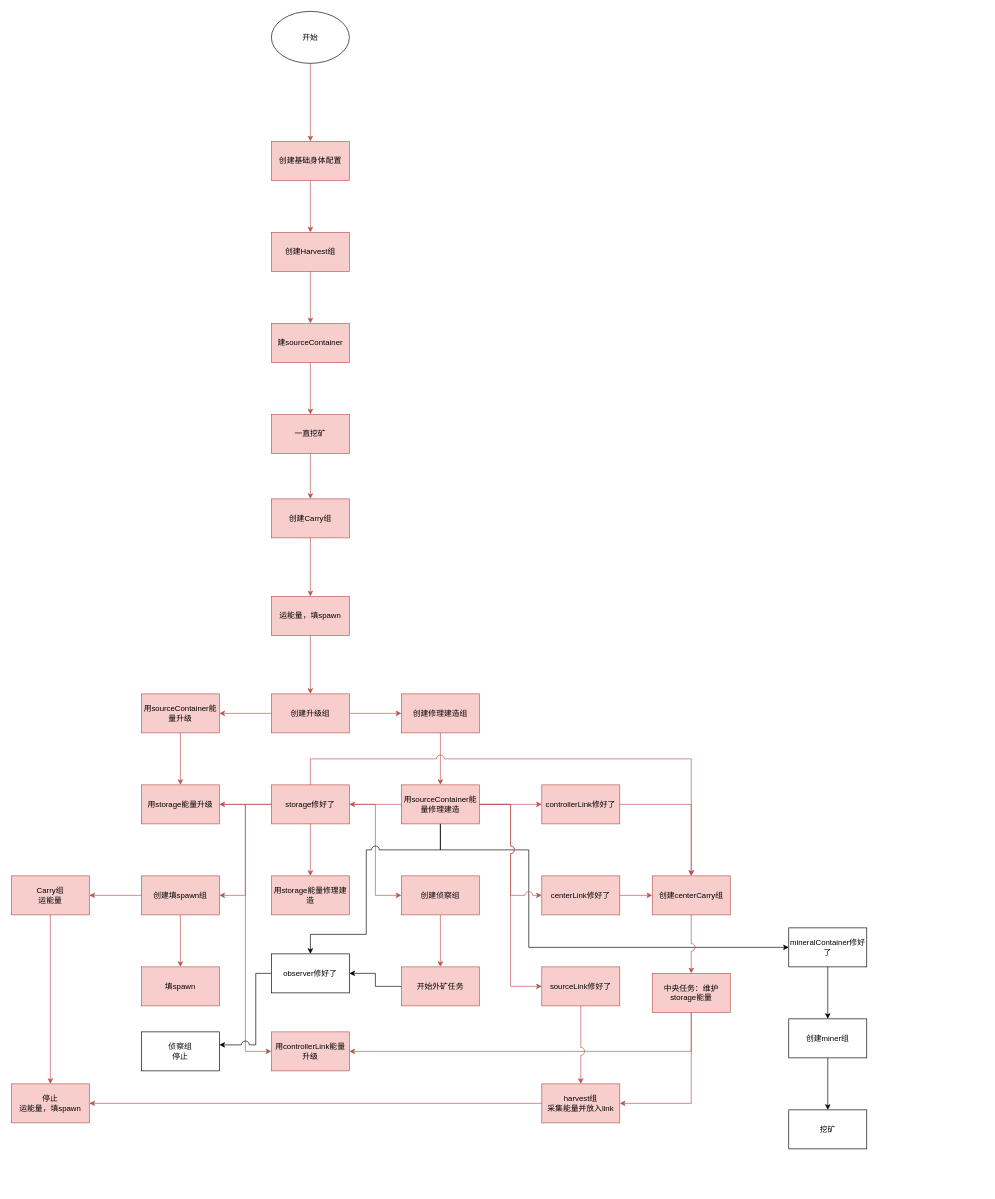
This is projectFlowChart/AIUreium/maintaince/index.dio from Ureimu/manual-screeps, a draw.io file, before an edit. Source tidied: cells renumbered, new cells numbered last; positions are measured from the earlier drawing's top-left corner, leaving out a move shared by most shapes. Both pictures are drawn from the tidied source at 65%, with x=0, y=0 at pixel (11, 11).
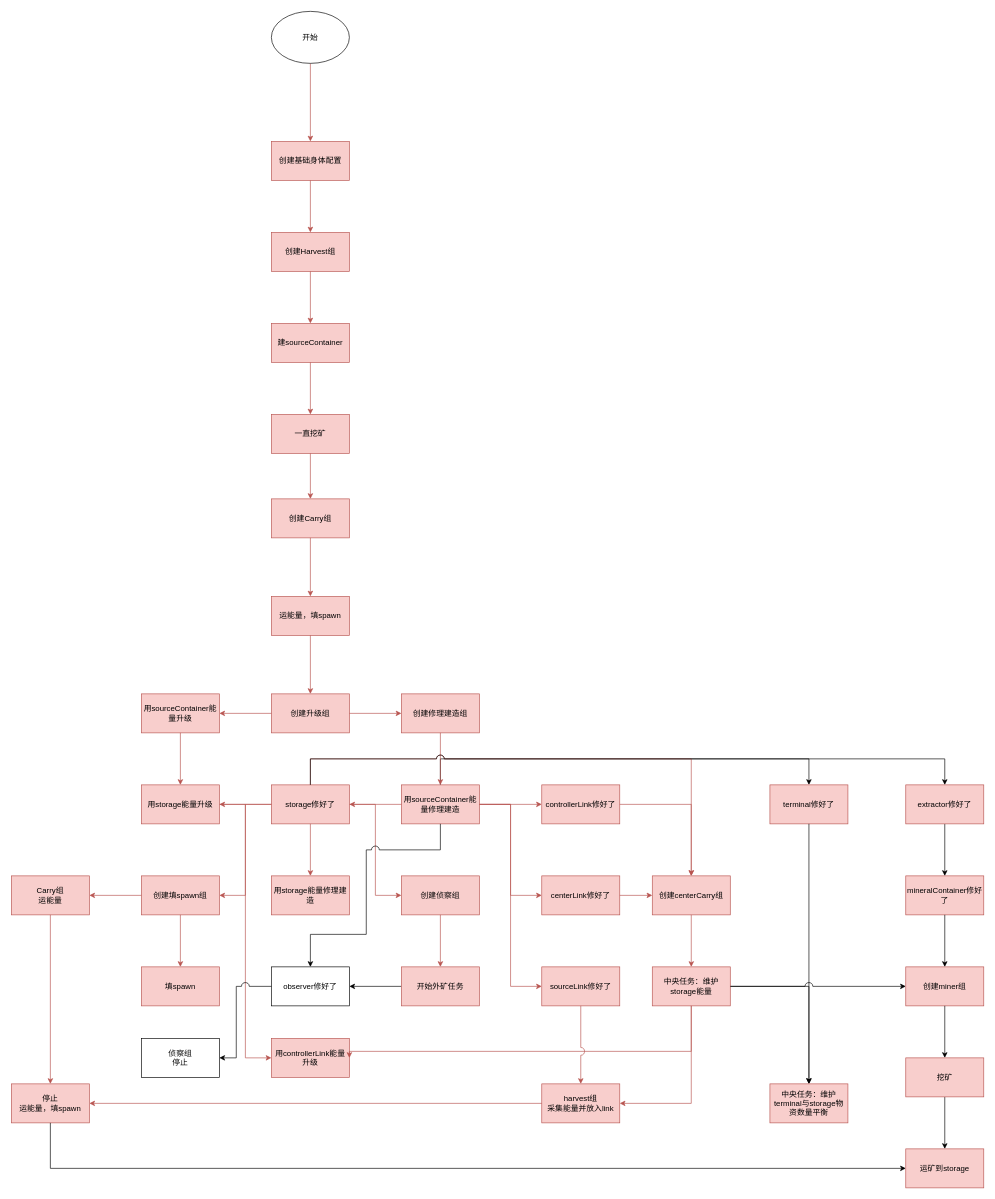
The same diagram, later.

The change refers to these unchanged cells:
```xml
<mxCell id="23" value="&lt;span&gt;用sourceContainer能量&lt;/span&gt;修理建造" style="whiteSpace=wrap;html=1;fillColor=#f8cecc;strokeColor=#b85450;" parent="4" vertex="1">
  <mxGeometry x="600" y="990" width="120" height="60" as="geometry" />
</mxCell>
<mxCell id="25" value="storage修好了" style="whiteSpace=wrap;html=1;fillColor=#f8cecc;strokeColor=#b85450;" parent="4" vertex="1">
  <mxGeometry x="400" y="990" width="120" height="60" as="geometry" />
</mxCell>
<mxCell id="61" value="停止&lt;br&gt;运能量，填spawn" style="rounded=0;whiteSpace=wrap;html=1;fillColor=#f8cecc;strokeColor=#b85450;" parent="4" vertex="1">
  <mxGeometry y="1450" width="120" height="60" as="geometry" />
</mxCell>
```

Change to the diagram source:
```diff
@@
     <mxCell id="4" style="group;" parent="1" vertex="1">
-      <mxGeometry y="200" width="1316" height="1510" as="geometry" />
+      <mxGeometry y="200" width="1316" height="1520" as="geometry" />
     </mxCell>
@@
-    <mxCell id="22" style="edgeStyle=orthogonalEdgeStyle;rounded=0;jumpStyle=arc;jumpSize=12;jettySize=auto;html=1;entryX=0;entryY=0.5;entryDx=0;entryDy=0;" parent="4" edge="1" source="23" target="66">
-      <mxGeometry relative="1" as="geometry">
-        <Array as="points">
-          <mxPoint x="660" y="1090" />
-          <mxPoint x="796" y="1090" />
-          <mxPoint x="796" y="1240" />
-        </Array>
-      </mxGeometry>
-    </mxCell>
+    <mxCell id="73" style="edgeStyle=orthogonalEdgeStyle;rounded=0;jumpStyle=arc;jumpSize=12;jettySize=auto;html=1;entryX=0.5;entryY=0;entryDx=0;entryDy=0;" parent="4" edge="1" source="23" target="75">
+      <mxGeometry relative="1" as="geometry">
+        <Array as="points">
+          <mxPoint x="660" y="950" />
+          <mxPoint x="1227" y="950" />
+        </Array>
+      </mxGeometry>
+    </mxCell>
@@
+    <mxCell id="74" style="edgeStyle=orthogonalEdgeStyle;rounded=0;jumpStyle=arc;jumpSize=12;jettySize=auto;html=1;entryX=0.5;entryY=0;entryDx=0;entryDy=0;" parent="4" edge="1" source="51" target="76">
+      <mxGeometry relative="1" as="geometry" />
+    </mxCell>
     <mxCell id="51" value="中央任务：维护storage能量" style="whiteSpace=wrap;html=1;rounded=0;fillColor=#f8cecc;strokeColor=#b85450;" parent="4" vertex="1">
-      <mxGeometry x="986" y="1280" width="120" height="60" as="geometry" />
+      <mxGeometry x="986" y="1270" width="120" height="60" as="geometry" />
     </mxCell>
@@
     <mxCell id="53" value="用controllerLink能量升级" style="rounded=0;whiteSpace=wrap;html=1;fillColor=#f8cecc;strokeColor=#b85450;" parent="4" vertex="1">
-      <mxGeometry x="400" y="1370" width="120" height="60" as="geometry" />
+      <mxGeometry x="400" y="1380" width="120" height="60" as="geometry" />
     </mxCell>
@@
     <mxCell id="64" value="observer修好了" style="rounded=0;whiteSpace=wrap;html=1;" parent="4" vertex="1">
-      <mxGeometry x="400" y="1250" width="120" height="60" as="geometry" />
+      <mxGeometry x="400" y="1270" width="120" height="60" as="geometry" />
     </mxCell>
@@
-    <mxCell id="66" value="mineralContainer修好了" style="rounded=0;whiteSpace=wrap;html=1;" parent="4" vertex="1">
-      <mxGeometry x="1196" y="1210" width="120" height="60" as="geometry" />
-    </mxCell>
     <mxCell id="67" value="侦察组&lt;br&gt;停止" style="rounded=0;whiteSpace=wrap;html=1;" parent="4" vertex="1">
-      <mxGeometry x="200" y="1370" width="120" height="60" as="geometry" />
+      <mxGeometry x="200" y="1380" width="120" height="60" as="geometry" />
     </mxCell>
-    <mxCell id="68" style="edgeStyle=orthogonalEdgeStyle;rounded=0;jumpStyle=arc;jumpSize=12;jettySize=auto;html=1;" parent="4" edge="1" source="64">
+    <mxCell id="68" style="edgeStyle=orthogonalEdgeStyle;rounded=0;jumpStyle=arc;jumpSize=12;jettySize=auto;html=1;entryX=1;entryY=0.5;entryDx=0;entryDy=0;" parent="4" edge="1" source="64" target="67">
       <mxGeometry relative="1" as="geometry">
-        <mxPoint x="320" y="1390" as="targetPoint" />
         <Array as="points">
-          <mxPoint x="376" y="1280" />
-          <mxPoint x="376" y="1390" />
-          <mxPoint x="320" y="1390" />
+          <mxPoint x="346" y="1300" />
+          <mxPoint x="346" y="1410" />
         </Array>
       </mxGeometry>
     </mxCell>
-    <mxCell id="69" style="edgeStyle=orthogonalEdgeStyle;rounded=0;jumpStyle=arc;jumpSize=12;jettySize=auto;html=1;" parent="1" edge="1" source="70" target="72">
-      <mxGeometry relative="1" as="geometry" />
-    </mxCell>
+    <mxCell id="75" value="terminal修好了" style="rounded=0;whiteSpace=wrap;html=1;fillColor=#f8cecc;strokeColor=#b85450;" parent="4" vertex="1">
+      <mxGeometry x="1167" y="990" width="120" height="60" as="geometry" />
+    </mxCell>
+    <mxCell id="76" value="中央任务：维护terminal与storage物资数量平衡" style="whiteSpace=wrap;html=1;rounded=0;strokeColor=#b85450;fillColor=#f8cecc;" parent="4" vertex="1">
+      <mxGeometry x="1167" y="1450" width="120" height="60" as="geometry" />
+    </mxCell>
+    <mxCell id="77" style="edgeStyle=orthogonalEdgeStyle;rounded=0;jumpStyle=arc;jumpSize=12;jettySize=auto;html=1;" parent="4" edge="1" source="75" target="76">
+      <mxGeometry relative="1" as="geometry" />
+    </mxCell>
+    <mxCell id="66" value="mineralContainer修好了" style="rounded=0;whiteSpace=wrap;html=1;fillColor=#f8cecc;strokeColor=#b85450;" parent="1" vertex="1">
+      <mxGeometry x="1376" y="1330" width="120" height="60" as="geometry" />
+    </mxCell>
-    <mxCell id="70" value="创建miner组" style="whiteSpace=wrap;html=1;rounded=0;" parent="1" vertex="1">
-      <mxGeometry x="1196" y="1550" width="120" height="60" as="geometry" />
+    <mxCell id="70" value="创建miner组" style="whiteSpace=wrap;html=1;rounded=0;fillColor=#f8cecc;strokeColor=#b85450;" parent="1" vertex="1">
+      <mxGeometry x="1376" y="1470" width="120" height="60" as="geometry" />
     </mxCell>
@@
+    <mxCell id="78" style="edgeStyle=orthogonalEdgeStyle;rounded=0;jumpStyle=arc;jumpSize=12;jettySize=auto;html=1;" parent="1" edge="1" source="79" target="66">
+      <mxGeometry relative="1" as="geometry" />
+    </mxCell>
+    <mxCell id="79" value="extractor修好了" style="rounded=0;whiteSpace=wrap;html=1;fillColor=#f8cecc;strokeColor=#b85450;" parent="1" vertex="1">
+      <mxGeometry x="1376" y="1190" width="120" height="60" as="geometry" />
+    </mxCell>
+    <mxCell id="80" style="edgeStyle=orthogonalEdgeStyle;rounded=0;jumpStyle=arc;jumpSize=12;jettySize=auto;html=1;" parent="1" edge="1" source="51" target="70">
+      <mxGeometry relative="1" as="geometry" />
+    </mxCell>
+    <mxCell id="69" style="edgeStyle=orthogonalEdgeStyle;rounded=0;jumpStyle=arc;jumpSize=12;jettySize=auto;html=1;" parent="1" edge="1" source="70" target="72">
+      <mxGeometry relative="1" as="geometry" />
+    </mxCell>
+    <mxCell id="81" style="edgeStyle=orthogonalEdgeStyle;rounded=0;jettySize=auto;html=1;jumpStyle=arc;jumpSize=12;entryX=0.5;entryY=0;entryDx=0;entryDy=0;" parent="1" edge="1" source="25" target="79">
+      <mxGeometry relative="1" as="geometry">
+        <Array as="points">
+          <mxPoint x="460" y="1150" />
+          <mxPoint x="1436" y="1150" />
+        </Array>
+      </mxGeometry>
+    </mxCell>
+    <mxCell id="82" style="edgeStyle=orthogonalEdgeStyle;rounded=0;jettySize=auto;html=1;" parent="1" edge="1" source="72" target="83">
+      <mxGeometry relative="1" as="geometry" />
+    </mxCell>
-    <mxCell id="72" value="挖矿" style="whiteSpace=wrap;html=1;rounded=0;" parent="1" vertex="1">
-      <mxGeometry x="1196" y="1690" width="120" height="60" as="geometry" />
+    <mxCell id="72" value="挖矿" style="whiteSpace=wrap;html=1;rounded=0;fillColor=#f8cecc;strokeColor=#b85450;" parent="1" vertex="1">
+      <mxGeometry x="1376" y="1610" width="120" height="60" as="geometry" />
     </mxCell>
+    <mxCell id="83" value="运矿到storage" style="whiteSpace=wrap;html=1;rounded=0;fillColor=#f8cecc;strokeColor=#b85450;" parent="1" vertex="1">
+      <mxGeometry x="1376" y="1750" width="120" height="60" as="geometry" />
+    </mxCell>
+    <mxCell id="84" style="edgeStyle=orthogonalEdgeStyle;rounded=0;jettySize=auto;html=1;entryX=0;entryY=0.5;entryDx=0;entryDy=0;jumpStyle=arc;jumpSize=12;" parent="1" edge="1" source="61" target="83">
+      <mxGeometry relative="1" as="geometry">
+        <Array as="points">
+          <mxPoint x="60" y="1780" />
+        </Array>
+      </mxGeometry>
+    </mxCell>
```
